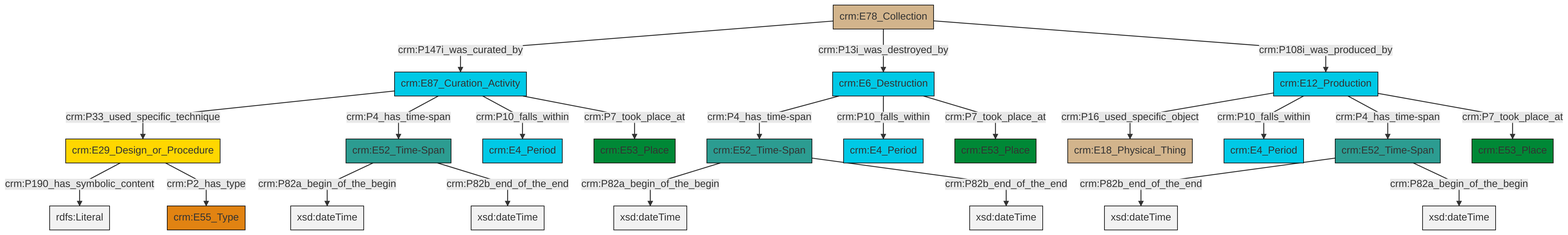
swiss-art-research-net/docs.swissartresearch keeps this Mermaid diagram as et/archivalCSV/ttl/mmd/png/archival_existence.png. Above is the earlier version. Its source is kept beside it as et/archivalCSV/ttl/mmd/archival_existence.ttl.mmd.
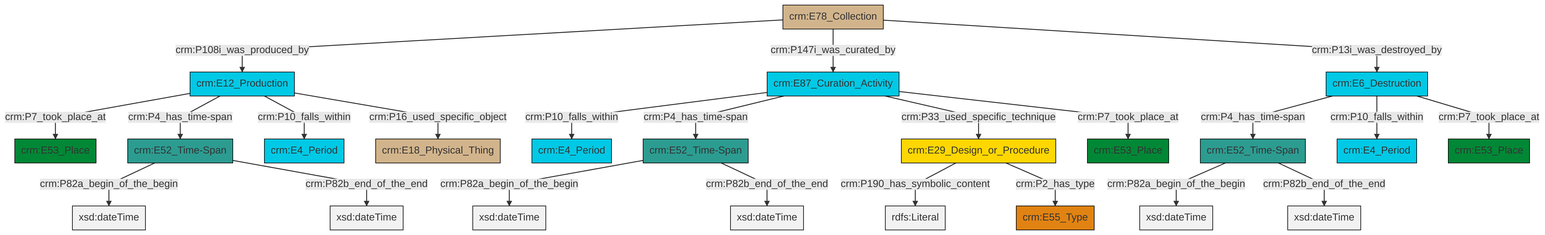
Later version of the same file.

What changed in the source:
```diff
@@ -13,25 +13,25 @@
 classDef PC_Classes fill:#4ce600, stroke:#000000;
 classDef Multi fill:#cccccc,stroke:#000000;
 
-4["crm:E87_Curation_Activity"]:::Temporal_Entity -->|crm:P33_used_specific_technique| 5["crm:E29_Design_or_Procedure"]:::Conceptual_Object
-8["crm:E6_Destruction"]:::Temporal_Entity -->|crm:P4_has_time-span| 9["crm:E52_Time-Span"]:::Time-Span
-9["crm:E52_Time-Span"]:::Time-Span -->|crm:P82a_begin_of_the_begin| 10[xsd:dateTime]:::Literal
-8["crm:E6_Destruction"]:::Temporal_Entity -->|crm:P10_falls_within| 11["crm:E4_Period"]:::Temporal_Entity
-16["crm:E52_Time-Span"]:::Time-Span -->|crm:P82a_begin_of_the_begin| 17[xsd:dateTime]:::Literal
-6["crm:E12_Production"]:::Temporal_Entity -->|crm:P16_used_specific_object| 12["crm:E18_Physical_Thing"]:::Physical_Thing
-20["crm:E78_Collection"]:::Physical_Thing -->|crm:P147i_was_curated_by| 4["crm:E87_Curation_Activity"]:::Temporal_Entity
-4["crm:E87_Curation_Activity"]:::Temporal_Entity -->|crm:P4_has_time-span| 16["crm:E52_Time-Span"]:::Time-Span
-4["crm:E87_Curation_Activity"]:::Temporal_Entity -->|crm:P10_falls_within| 0["crm:E4_Period"]:::Temporal_Entity
-20["crm:E78_Collection"]:::Physical_Thing -->|crm:P13i_was_destroyed_by| 8["crm:E6_Destruction"]:::Temporal_Entity
-20["crm:E78_Collection"]:::Physical_Thing -->|crm:P108i_was_produced_by| 6["crm:E12_Production"]:::Temporal_Entity
-6["crm:E12_Production"]:::Temporal_Entity -->|crm:P10_falls_within| 23["crm:E4_Period"]:::Temporal_Entity
-14["crm:E52_Time-Span"]:::Time-Span -->|crm:P82b_end_of_the_end| 25[xsd:dateTime]:::Literal
-8["crm:E6_Destruction"]:::Temporal_Entity -->|crm:P7_took_place_at| 18["crm:E53_Place"]:::Place
-16["crm:E52_Time-Span"]:::Time-Span -->|crm:P82b_end_of_the_end| 26[xsd:dateTime]:::Literal
-6["crm:E12_Production"]:::Temporal_Entity -->|crm:P4_has_time-span| 14["crm:E52_Time-Span"]:::Time-Span
-5["crm:E29_Design_or_Procedure"]:::Conceptual_Object -->|crm:P190_has_symbolic_content| 35[rdfs:Literal]:::Literal
-4["crm:E87_Curation_Activity"]:::Temporal_Entity -->|crm:P7_took_place_at| 21["crm:E53_Place"]:::Place
-6["crm:E12_Production"]:::Temporal_Entity -->|crm:P7_took_place_at| 33["crm:E53_Place"]:::Place
-9["crm:E52_Time-Span"]:::Time-Span -->|crm:P82b_end_of_the_end| 36[xsd:dateTime]:::Literal
-14["crm:E52_Time-Span"]:::Time-Span -->|crm:P82a_begin_of_the_begin| 37[xsd:dateTime]:::Literal
-5["crm:E29_Design_or_Procedure"]:::Conceptual_Object -->|crm:P2_has_type| 2["crm:E55_Type"]:::Type
+0["crm:E6_Destruction"]:::Temporal_Entity -->|crm:P4_has_time-span| 1["crm:E52_Time-Span"]:::Time-Span
+1["crm:E52_Time-Span"]:::Time-Span -->|crm:P82a_begin_of_the_begin| 2[xsd:dateTime]:::Literal
+3["crm:E78_Collection"]:::Physical_Thing -->|crm:P108i_was_produced_by| 4["crm:E12_Production"]:::Temporal_Entity
+0["crm:E6_Destruction"]:::Temporal_Entity -->|crm:P10_falls_within| 11["crm:E4_Period"]:::Temporal_Entity
+14["crm:E87_Curation_Activity"]:::Temporal_Entity -->|crm:P10_falls_within| 7["crm:E4_Period"]:::Temporal_Entity
+18["crm:E29_Design_or_Procedure"]:::Conceptual_Object -->|crm:P190_has_symbolic_content| 19[rdfs:Literal]:::Literal
+22["crm:E52_Time-Span"]:::Time-Span -->|crm:P82a_begin_of_the_begin| 23[xsd:dateTime]:::Literal
+4["crm:E12_Production"]:::Temporal_Entity -->|crm:P7_took_place_at| 25["crm:E53_Place"]:::Place
+1["crm:E52_Time-Span"]:::Time-Span -->|crm:P82b_end_of_the_end| 27[xsd:dateTime]:::Literal
+22["crm:E52_Time-Span"]:::Time-Span -->|crm:P82b_end_of_the_end| 28[xsd:dateTime]:::Literal
+3["crm:E78_Collection"]:::Physical_Thing -->|crm:P147i_was_curated_by| 14["crm:E87_Curation_Activity"]:::Temporal_Entity
+14["crm:E87_Curation_Activity"]:::Temporal_Entity -->|crm:P4_has_time-span| 9["crm:E52_Time-Span"]:::Time-Span
+9["crm:E52_Time-Span"]:::Time-Span -->|crm:P82a_begin_of_the_begin| 29[xsd:dateTime]:::Literal
+14["crm:E87_Curation_Activity"]:::Temporal_Entity -->|crm:P33_used_specific_technique| 18["crm:E29_Design_or_Procedure"]:::Conceptual_Object
+0["crm:E6_Destruction"]:::Temporal_Entity -->|crm:P7_took_place_at| 5["crm:E53_Place"]:::Place
+18["crm:E29_Design_or_Procedure"]:::Conceptual_Object -->|crm:P2_has_type| 31["crm:E55_Type"]:::Type
+9["crm:E52_Time-Span"]:::Time-Span -->|crm:P82b_end_of_the_end| 32[xsd:dateTime]:::Literal
+14["crm:E87_Curation_Activity"]:::Temporal_Entity -->|crm:P7_took_place_at| 15["crm:E53_Place"]:::Place
+4["crm:E12_Production"]:::Temporal_Entity -->|crm:P4_has_time-span| 22["crm:E52_Time-Span"]:::Time-Span
+4["crm:E12_Production"]:::Temporal_Entity -->|crm:P10_falls_within| 12["crm:E4_Period"]:::Temporal_Entity
+3["crm:E78_Collection"]:::Physical_Thing -->|crm:P13i_was_destroyed_by| 0["crm:E6_Destruction"]:::Temporal_Entity
+4["crm:E12_Production"]:::Temporal_Entity -->|crm:P16_used_specific_object| 20["crm:E18_Physical_Thing"]:::Physical_Thing
```
